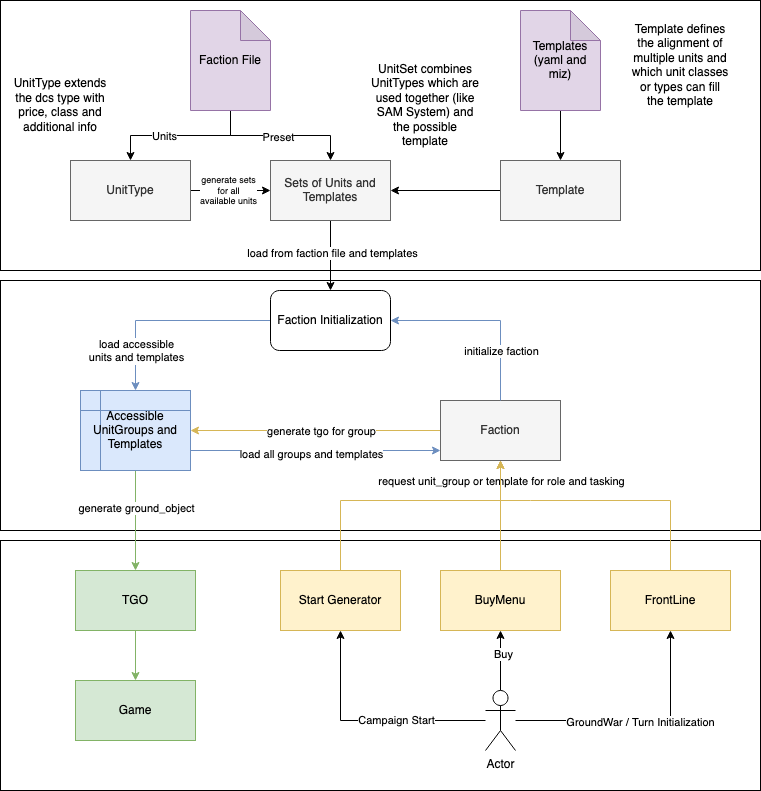
This is doc/templates/template_overview.png from dcs-liberation/dcs_liberation, a draw.io export, as it was before one commit. Source tidied: cells renumbered, new cells last; positions are measured from the earlier drawing's top-left corner, leaving out a move shared by most shapes.
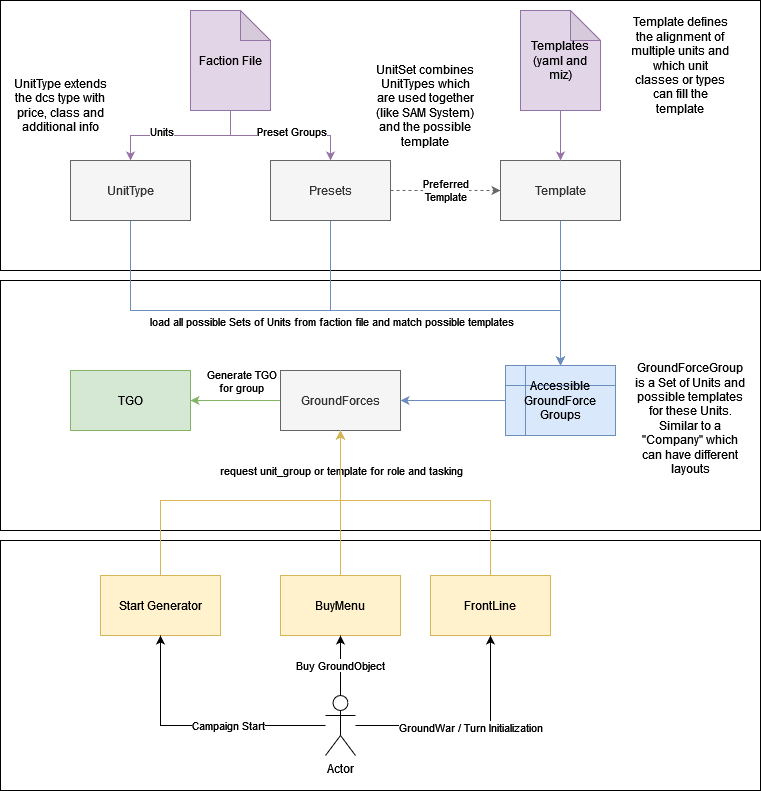
The same file after the commit.

Change to the diagram source:
```diff
@@ -11,176 +11,149 @@
     <mxCell id="4" style="rounded=0;whiteSpace=wrap;html=1;" parent="1" vertex="1">
       <mxGeometry y="280" width="760" height="250" as="geometry" />
     </mxCell>
-    <mxCell id="5" style="edgeStyle=orthogonalEdgeStyle;rounded=0;jettySize=auto;html=1;" parent="1" edge="1" source="7" target="10">
-      <mxGeometry relative="1" as="geometry" />
+    <mxCell id="5" style="edgeStyle=orthogonalEdgeStyle;rounded=0;jettySize=auto;html=1;entryX=0.5;entryY=0;entryDx=0;entryDy=0;fillColor=#dae8fc;strokeColor=#6c8ebf;" parent="1" edge="1" source="6" target="35">
+      <mxGeometry relative="1" as="geometry">
+        <Array as="points">
+          <mxPoint x="130" y="310" />
+          <mxPoint x="560" y="310" />
+        </Array>
+      </mxGeometry>
     </mxCell>
-    <mxCell id="6" value="generate sets&lt;br style=&quot;font-size: 9px&quot;&gt;for all &lt;br&gt;available units" style="edgeLabel;html=1;align=center;verticalAlign=middle;points=[];fontSize=9;" parent="5" vertex="1">
-      <mxGeometry x="-0.1" y="2" relative="1" as="geometry">
-        <mxPoint x="1" y="2" as="offset" />
-      </mxGeometry>
+    <mxCell id="6" value="UnitType" style="rounded=0;whiteSpace=wrap;html=1;fillColor=#f5f5f5;fontColor=#333333;strokeColor=#666666;" parent="1" vertex="1">
+      <mxGeometry x="70" y="160" width="120" height="60" as="geometry" />
     </mxCell>
-    <mxCell id="7" value="UnitType" style="rounded=0;whiteSpace=wrap;html=1;fillColor=#f5f5f5;fontColor=#333333;strokeColor=#666666;" parent="1" vertex="1">
-      <mxGeometry x="70" y="160" width="120" height="60" as="geometry" />
+    <mxCell id="7" style="edgeStyle=orthogonalEdgeStyle;rounded=0;jettySize=auto;html=1;entryX=0.5;entryY=0;entryDx=0;entryDy=0;fillColor=#dae8fc;strokeColor=#6c8ebf;" parent="1" edge="1" source="10" target="35">
+      <mxGeometry relative="1" as="geometry">
+        <Array as="points">
+          <mxPoint x="330" y="310" />
+          <mxPoint x="560" y="310" />
+        </Array>
+      </mxGeometry>
     </mxCell>
-    <mxCell id="8" style="edgeStyle=orthogonalEdgeStyle;rounded=0;jettySize=auto;html=1;entryX=0.5;entryY=0;entryDx=0;entryDy=0;" parent="1" edge="1" source="10" target="23">
-      <mxGeometry relative="1" as="geometry" />
+    <mxCell id="8" value="load all possible Sets of Units from faction file and match possible templates" style="edgeLabel;html=1;align=center;verticalAlign=middle;" parent="7" vertex="1">
+      <mxGeometry x="-0.09" y="1" relative="1" as="geometry">
+        <mxPoint x="-81" y="11" as="offset" />
+      </mxGeometry>
     </mxCell>
-    <mxCell id="9" value="load from faction file and templates" style="edgeLabel;html=1;align=center;verticalAlign=middle;" parent="8" vertex="1">
-      <mxGeometry x="-0.09" y="1" relative="1" as="geometry" />
+    <mxCell id="9" value="Preferred&lt;br&gt;Template" style="edgeStyle=orthogonalEdgeStyle;rounded=0;jettySize=auto;html=1;dashed=1;fillColor=#f5f5f5;strokeColor=#666666;" parent="1" edge="1" source="10" target="20">
+      <mxGeometry relative="1" as="geometry" />
     </mxCell>
-    <mxCell id="10" value="Sets of Units and Templates" style="rounded=0;whiteSpace=wrap;html=1;fillColor=#f5f5f5;fontColor=#333333;strokeColor=#666666;" parent="1" vertex="1">
+    <mxCell id="10" value="Presets" style="rounded=0;whiteSpace=wrap;html=1;fillColor=#f5f5f5;fontColor=#333333;strokeColor=#666666;" parent="1" vertex="1">
       <mxGeometry x="270" y="160" width="120" height="60" as="geometry" />
     </mxCell>
-    <mxCell id="11" style="edgeStyle=orthogonalEdgeStyle;rounded=0;jettySize=auto;html=1;" parent="1" edge="1" source="15" target="7">
+    <mxCell id="11" style="edgeStyle=orthogonalEdgeStyle;rounded=0;jettySize=auto;html=1;fillColor=#e1d5e7;strokeColor=#9673a6;" parent="1" edge="1" source="15" target="6">
       <mxGeometry relative="1" as="geometry" />
     </mxCell>
     <mxCell id="12" value="Units" style="edgeLabel;html=1;align=center;verticalAlign=middle;" parent="11" vertex="1">
-      <mxGeometry x="0.23" relative="1" as="geometry" />
+      <mxGeometry x="0.23" relative="1" as="geometry">
+        <mxPoint x="-3" y="-5" as="offset" />
+      </mxGeometry>
     </mxCell>
-    <mxCell id="13" style="edgeStyle=orthogonalEdgeStyle;rounded=0;jettySize=auto;html=1;" parent="1" edge="1" source="15" target="10">
+    <mxCell id="13" style="edgeStyle=orthogonalEdgeStyle;rounded=0;jettySize=auto;html=1;fillColor=#e1d5e7;strokeColor=#9673a6;" parent="1" edge="1" source="15" target="10">
       <mxGeometry relative="1" as="geometry" />
     </mxCell>
-    <mxCell id="14" value="Preset" style="edgeLabel;html=1;align=center;verticalAlign=middle;" parent="13" vertex="1">
-      <mxGeometry x="-0.04" y="-1" relative="1" as="geometry" />
+    <mxCell id="14" value="Preset Groups" style="edgeLabel;html=1;align=center;verticalAlign=middle;" parent="13" vertex="1">
+      <mxGeometry x="-0.04" y="-1" relative="1" as="geometry">
+        <mxPoint x="13" y="-6" as="offset" />
+      </mxGeometry>
     </mxCell>
     <mxCell id="15" value="Faction File" style="shape=note;whiteSpace=wrap;html=1;backgroundOutline=1;darkOpacity=0.05;fillColor=#e1d5e7;strokeColor=#9673a6;" parent="1" vertex="1">
       <mxGeometry x="190" y="10" width="80" height="100" as="geometry" />
     </mxCell>
-    <mxCell id="16" style="edgeStyle=orthogonalEdgeStyle;rounded=0;jettySize=auto;html=1;fillColor=#fff2cc;strokeColor=#d6b656;" parent="1" edge="1" source="18" target="44">
+    <mxCell id="16" style="edgeStyle=orthogonalEdgeStyle;rounded=0;jettySize=auto;html=1;fillColor=#d5e8d4;strokeColor=#82b366;" parent="1" edge="1" source="18" target="28">
       <mxGeometry relative="1" as="geometry" />
     </mxCell>
-    <mxCell id="17" value="generate tgo for group" style="edgeLabel;html=1;align=center;verticalAlign=middle;" parent="16" vertex="1">
+    <mxCell id="17" value="Generate TGO&lt;br&gt;for group" style="edgeLabel;html=1;align=center;verticalAlign=middle;" parent="16" vertex="1">
       <mxGeometry x="-0.08" y="2" relative="1" as="geometry">
-        <mxPoint x="-5" y="-2" as="offset" />
+        <mxPoint x="1" y="-22" as="offset" />
       </mxGeometry>
     </mxCell>
-    <mxCell id="18" value="Faction" style="rounded=0;whiteSpace=wrap;html=1;fillColor=#f5f5f5;fontColor=#333333;strokeColor=#666666;" parent="1" vertex="1">
-      <mxGeometry x="440" y="400" width="120" height="60" as="geometry" />
+    <mxCell id="18" value="GroundForces" style="rounded=0;whiteSpace=wrap;html=1;fillColor=#f5f5f5;fontColor=#333333;strokeColor=#666666;" parent="1" vertex="1">
+      <mxGeometry x="280" y="370" width="120" height="60" as="geometry" />
     </mxCell>
-    <mxCell id="19" style="edgeStyle=orthogonalEdgeStyle;rounded=0;jettySize=auto;html=1;fillColor=#dae8fc;strokeColor=#6c8ebf;exitX=0.5;exitY=0;exitDx=0;exitDy=0;entryX=1;entryY=0.5;entryDx=0;entryDy=0;" parent="1" edge="1" source="18" target="23">
+    <mxCell id="19" style="edgeStyle=orthogonalEdgeStyle;rounded=0;jettySize=auto;html=1;fillColor=#dae8fc;strokeColor=#6c8ebf;" parent="1" edge="1" source="20" target="35">
       <mxGeometry relative="1" as="geometry" />
     </mxCell>
-    <mxCell id="20" value="initialize faction" style="edgeLabel;html=1;align=center;verticalAlign=middle;points=[];" parent="19" vertex="1">
-      <mxGeometry x="-0.18" y="3" relative="1" as="geometry">
-        <mxPoint x="3" y="28" as="offset" />
-      </mxGeometry>
+    <mxCell id="20" value="Template" style="rounded=0;whiteSpace=wrap;html=1;fillColor=#f5f5f5;fontColor=#333333;strokeColor=#666666;" parent="1" vertex="1">
+      <mxGeometry x="500" y="160" width="120" height="60" as="geometry" />
     </mxCell>
-    <mxCell id="21" style="edgeStyle=orthogonalEdgeStyle;rounded=0;jettySize=auto;html=1;entryX=0.5;entryY=0;entryDx=0;entryDy=0;fillColor=#dae8fc;strokeColor=#6c8ebf;" parent="1" edge="1" source="23" target="44">
-      <mxGeometry relative="1" as="geometry" />
+    <mxCell id="21" style="edgeStyle=orthogonalEdgeStyle;rounded=0;jettySize=auto;html=1;fillColor=#fff2cc;strokeColor=#d6b656;entryX=0.5;entryY=1;entryDx=0;entryDy=0;" parent="1" edge="1" source="22" target="18">
+      <mxGeometry relative="1" as="geometry">
+        <Array as="points">
+          <mxPoint x="160" y="500" />
+          <mxPoint x="340" y="500" />
+        </Array>
+      </mxGeometry>
     </mxCell>
-    <mxCell id="22" value="load accessible &lt;br&gt;units and templates" style="edgeLabel;html=1;align=center;verticalAlign=middle;points=[];" parent="21" vertex="1">
-      <mxGeometry x="-0.45" y="1" relative="1" as="geometry">
-        <mxPoint x="-79" y="29" as="offset" />
-      </mxGeometry>
+    <mxCell id="22" value="Start Generator" style="rounded=0;whiteSpace=wrap;html=1;fillColor=#fff2cc;strokeColor=#d6b656;" parent="1" vertex="1">
+      <mxGeometry x="100" y="575" width="120" height="60" as="geometry" />
     </mxCell>
-    <mxCell id="23" value="Faction Initialization" style="rounded=1;whiteSpace=wrap;html=1;" parent="1" vertex="1">
-      <mxGeometry x="270" y="290" width="120" height="60" as="geometry" />
+    <mxCell id="23" style="edgeStyle=orthogonalEdgeStyle;rounded=0;jettySize=auto;html=1;fillColor=#e1d5e7;strokeColor=#9673a6;" parent="1" edge="1" source="24" target="20">
+      <mxGeometry relative="1" as="geometry" />
     </mxCell>
-    <mxCell id="24" style="edgeStyle=orthogonalEdgeStyle;rounded=0;jettySize=auto;html=1;" parent="1" edge="1" source="25" target="10">
-      <mxGeometry relative="1" as="geometry" />
+    <mxCell id="24" value="Templates&lt;br&gt;(yaml and miz)" style="shape=note;whiteSpace=wrap;html=1;backgroundOutline=1;darkOpacity=0.05;fillColor=#e1d5e7;strokeColor=#9673a6;" parent="1" vertex="1">
+      <mxGeometry x="520" y="10" width="80" height="100" as="geometry" />
     </mxCell>
-    <mxCell id="25" value="Template" style="rounded=0;whiteSpace=wrap;html=1;fillColor=#f5f5f5;fontColor=#333333;strokeColor=#666666;" parent="1" vertex="1">
-      <mxGeometry x="500" y="160" width="120" height="60" as="geometry" />
+    <mxCell id="25" value="Template defines the alignment of multiple units and which unit classes or types can fill the template" style="text;html=1;strokeColor=none;fillColor=none;align=center;verticalAlign=middle;whiteSpace=wrap;rounded=0;" parent="1" vertex="1">
+      <mxGeometry x="630" y="40" width="100" height="50" as="geometry" />
     </mxCell>
-    <mxCell id="26" style="edgeStyle=orthogonalEdgeStyle;rounded=0;jettySize=auto;html=1;entryX=0.5;entryY=1;entryDx=0;entryDy=0;fillColor=#fff2cc;strokeColor=#d6b656;" parent="1" edge="1" source="27" target="18">
-      <mxGeometry relative="1" as="geometry">
-        <Array as="points">
-          <mxPoint x="340" y="500" />
-          <mxPoint x="500" y="500" />
-        </Array>
-      </mxGeometry>
+    <mxCell id="26" value="UnitType extends the dcs type with price, class and additional info" style="text;html=1;strokeColor=none;fillColor=none;align=center;verticalAlign=middle;whiteSpace=wrap;rounded=0;" parent="1" vertex="1">
+      <mxGeometry x="10" y="80" width="100" height="50" as="geometry" />
     </mxCell>
-    <mxCell id="27" value="Start Generator" style="rounded=0;whiteSpace=wrap;html=1;fillColor=#fff2cc;strokeColor=#d6b656;" parent="1" vertex="1">
-      <mxGeometry x="280" y="570" width="120" height="60" as="geometry" />
+    <mxCell id="27" value="UnitSet combines UnitTypes which are used together (like SAM System) and the possible template" style="text;html=1;strokeColor=none;fillColor=none;align=center;verticalAlign=middle;whiteSpace=wrap;rounded=0;" parent="1" vertex="1">
+      <mxGeometry x="370" y="80" width="110" height="50" as="geometry" />
     </mxCell>
-    <mxCell id="28" style="edgeStyle=orthogonalEdgeStyle;rounded=0;jettySize=auto;html=1;" parent="1" edge="1" source="29" target="25">
-      <mxGeometry relative="1" as="geometry" />
+    <mxCell id="28" value="TGO" style="rounded=0;whiteSpace=wrap;html=1;fillColor=#d5e8d4;strokeColor=#82b366;" parent="1" vertex="1">
+      <mxGeometry x="70" y="370" width="120" height="60" as="geometry" />
     </mxCell>
-    <mxCell id="29" value="Templates&lt;br&gt;(yaml and miz)" style="shape=note;whiteSpace=wrap;html=1;backgroundOutline=1;darkOpacity=0.05;fillColor=#e1d5e7;strokeColor=#9673a6;" parent="1" vertex="1">
-      <mxGeometry x="520" y="10" width="80" height="100" as="geometry" />
+    <mxCell id="29" style="edgeStyle=orthogonalEdgeStyle;rounded=0;jettySize=auto;html=1;fillColor=#fff2cc;strokeColor=#d6b656;entryX=0.5;entryY=1;entryDx=0;entryDy=0;exitX=0.5;exitY=0;exitDx=0;exitDy=0;" parent="1" edge="1" source="31" target="18">
+      <mxGeometry relative="1" as="geometry" />
     </mxCell>
-    <mxCell id="30" value="Template defines the alignment of multiple units and which unit classes or types can fill the template" style="text;html=1;strokeColor=none;fillColor=none;align=center;verticalAlign=middle;whiteSpace=wrap;rounded=0;" parent="1" vertex="1">
-      <mxGeometry x="630" y="40" width="100" height="50" as="geometry" />
+    <mxCell id="30" value="request unit_group or template for role and tasking" style="edgeLabel;html=1;align=center;verticalAlign=middle;" parent="29" vertex="1">
+      <mxGeometry x="-0.11" y="-1" relative="1" as="geometry">
+        <mxPoint x="-1" y="-41" as="offset" />
+      </mxGeometry>
     </mxCell>
-    <mxCell id="31" value="UnitType extends the dcs type with price, class and additional info" style="text;html=1;strokeColor=none;fillColor=none;align=center;verticalAlign=middle;whiteSpace=wrap;rounded=0;" parent="1" vertex="1">
-      <mxGeometry x="10" y="80" width="100" height="50" as="geometry" />
+    <mxCell id="31" value="BuyMenu" style="rounded=0;whiteSpace=wrap;html=1;fillColor=#fff2cc;strokeColor=#d6b656;" parent="1" vertex="1">
+      <mxGeometry x="280" y="575" width="120" height="60" as="geometry" />
     </mxCell>
-    <mxCell id="32" value="UnitSet combines UnitTypes which are used together (like SAM System) and the possible template" style="text;html=1;strokeColor=none;fillColor=none;align=center;verticalAlign=middle;whiteSpace=wrap;rounded=0;" parent="1" vertex="1">
-      <mxGeometry x="370" y="80" width="110" height="50" as="geometry" />
+    <mxCell id="32" style="edgeStyle=orthogonalEdgeStyle;rounded=0;jettySize=auto;html=1;fillColor=#fff2cc;strokeColor=#d6b656;entryX=0.5;entryY=1;entryDx=0;entryDy=0;" parent="1" edge="1" source="33" target="18">
+      <mxGeometry relative="1" as="geometry">
+        <Array as="points">
+          <mxPoint x="490" y="500" />
+          <mxPoint x="340" y="500" />
+        </Array>
+      </mxGeometry>
     </mxCell>
-    <mxCell id="33" style="edgeStyle=orthogonalEdgeStyle;rounded=0;jettySize=auto;html=1;fillColor=#d5e8d4;strokeColor=#82b366;" parent="1" edge="1" source="34" target="52">
-      <mxGeometry relative="1" as="geometry" />
+    <mxCell id="33" value="FrontLine" style="rounded=0;whiteSpace=wrap;html=1;fillColor=#fff2cc;strokeColor=#d6b656;" parent="1" vertex="1">
+      <mxGeometry x="430" y="575" width="120" height="60" as="geometry" />
     </mxCell>
-    <mxCell id="34" value="TGO" style="rounded=0;whiteSpace=wrap;html=1;fillColor=#d5e8d4;strokeColor=#82b366;" parent="1" vertex="1">
-      <mxGeometry x="75" y="570" width="120" height="60" as="geometry" />
+    <mxCell id="34" style="edgeStyle=orthogonalEdgeStyle;rounded=0;jettySize=auto;html=1;fillColor=#dae8fc;strokeColor=#6c8ebf;" parent="1" edge="1" source="35" target="18">
+      <mxGeometry relative="1" as="geometry" />
     </mxCell>
-    <mxCell id="35" style="edgeStyle=orthogonalEdgeStyle;rounded=0;jettySize=auto;html=1;fillColor=#fff2cc;strokeColor=#d6b656;" parent="1" edge="1" source="37" target="18">
-      <mxGeometry relative="1" as="geometry" />
+    <mxCell id="35" value="Accessible GroundForce&lt;br&gt;Groups" style="shape=internalStorage;whiteSpace=wrap;html=1;backgroundOutline=1;fillColor=#dae8fc;strokeColor=#6c8ebf;" parent="1" vertex="1">
+      <mxGeometry x="505" y="365" width="110" height="70" as="geometry" />
     </mxCell>
-    <mxCell id="36" value="request unit_group or template for role and tasking" style="edgeLabel;html=1;align=center;verticalAlign=middle;" parent="35" vertex="1">
-      <mxGeometry x="-0.11" y="-1" relative="1" as="geometry">
-        <mxPoint x="-1" y="-41" as="offset" />
-      </mxGeometry>
+    <mxCell id="36" style="edgeStyle=orthogonalEdgeStyle;rounded=0;jettySize=auto;html=1;" parent="1" edge="1" source="41" target="22">
+      <mxGeometry relative="1" as="geometry" />
     </mxCell>
-    <mxCell id="37" value="BuyMenu" style="rounded=0;whiteSpace=wrap;html=1;fillColor=#fff2cc;strokeColor=#d6b656;" parent="1" vertex="1">
-      <mxGeometry x="440" y="570" width="120" height="60" as="geometry" />
+    <mxCell id="37" value="Campaign Start" style="edgeLabel;html=1;align=center;verticalAlign=middle;points=[];" parent="36" vertex="1">
+      <mxGeometry x="-0.23" y="-1" relative="1" as="geometry" />
     </mxCell>
-    <mxCell id="38" style="edgeStyle=orthogonalEdgeStyle;rounded=0;jettySize=auto;html=1;entryX=0.5;entryY=1;entryDx=0;entryDy=0;fillColor=#fff2cc;strokeColor=#d6b656;" parent="1" edge="1" source="39" target="18">
-      <mxGeometry relative="1" as="geometry">
-        <Array as="points">
-          <mxPoint x="530" y="500" />
-          <mxPoint x="330" y="500" />
-        </Array>
-      </mxGeometry>
+    <mxCell id="38" style="edgeStyle=orthogonalEdgeStyle;rounded=0;jettySize=auto;html=1;entryX=0.5;entryY=1;entryDx=0;entryDy=0;" parent="1" edge="1" source="41" target="33">
+      <mxGeometry relative="1" as="geometry" />
     </mxCell>
-    <mxCell id="39" value="FrontLine" style="rounded=0;whiteSpace=wrap;html=1;fillColor=#fff2cc;strokeColor=#d6b656;" parent="1" vertex="1">
-      <mxGeometry x="610" y="570" width="120" height="60" as="geometry" />
+    <mxCell id="39" value="GroundWar / Turn Initialization" style="edgeLabel;html=1;align=center;verticalAlign=middle;points=[];" parent="38" vertex="1">
+      <mxGeometry x="0.01" y="-1" relative="1" as="geometry" />
     </mxCell>
-    <mxCell id="40" style="edgeStyle=orthogonalEdgeStyle;rounded=0;jettySize=auto;html=1;fillColor=#dae8fc;strokeColor=#6c8ebf;" parent="1" edge="1" source="44">
-      <mxGeometry relative="1" as="geometry">
-        <mxPoint x="440" y="450" as="targetPoint" />
-        <Array as="points">
-          <mxPoint x="440" y="450" />
-        </Array>
-      </mxGeometry>
+    <mxCell id="40" value="Buy GroundObject" style="edgeStyle=orthogonalEdgeStyle;rounded=0;jettySize=auto;html=1;" parent="1" edge="1" source="41" target="31">
+      <mxGeometry relative="1" as="geometry" />
     </mxCell>
-    <mxCell id="41" value="load all groups and templates" style="edgeLabel;html=1;align=center;verticalAlign=middle;points=[];" parent="40" vertex="1">
-      <mxGeometry x="-0.28" y="-3" relative="1" as="geometry">
-        <mxPoint x="30" as="offset" />
-      </mxGeometry>
+    <mxCell id="41" value="Actor" style="shape=umlActor;verticalLabelPosition=bottom;verticalAlign=top;html=1;outlineConnect=0;" parent="1" vertex="1">
+      <mxGeometry x="325" y="695" width="30" height="60" as="geometry" />
     </mxCell>
-    <mxCell id="42" style="edgeStyle=orthogonalEdgeStyle;rounded=0;jettySize=auto;html=1;fillColor=#d5e8d4;strokeColor=#82b366;" parent="1" edge="1" source="44" target="34">
-      <mxGeometry relative="1" as="geometry" />
+    <mxCell id="42" value="GroundForceGroup is a Set of Units and possible templates for these Units. Similar to a &quot;Company&quot; which can have different layouts" style="text;html=1;strokeColor=none;fillColor=none;align=center;verticalAlign=middle;whiteSpace=wrap;rounded=0;" parent="1" vertex="1">
+      <mxGeometry x="630" y="360" width="120" height="115" as="geometry" />
     </mxCell>
-    <mxCell id="43" value="generate ground_object" style="edgeLabel;html=1;align=center;verticalAlign=middle;" parent="42" vertex="1">
-      <mxGeometry x="-0.25" relative="1" as="geometry" />
-    </mxCell>
-    <mxCell id="44" value="Accessible UnitGroups and Templates" style="shape=internalStorage;whiteSpace=wrap;html=1;backgroundOutline=1;fillColor=#dae8fc;strokeColor=#6c8ebf;" parent="1" vertex="1">
-      <mxGeometry x="80" y="390" width="110" height="80" as="geometry" />
-    </mxCell>
-    <mxCell id="45" style="edgeStyle=orthogonalEdgeStyle;rounded=0;jettySize=auto;html=1;" parent="1" edge="1" source="51" target="37">
-      <mxGeometry relative="1" as="geometry" />
-    </mxCell>
-    <mxCell id="46" value="Buy" style="edgeLabel;html=1;align=center;verticalAlign=middle;" parent="45" vertex="1">
-      <mxGeometry x="0.23" y="-2" relative="1" as="geometry" />
-    </mxCell>
-    <mxCell id="47" style="edgeStyle=orthogonalEdgeStyle;rounded=0;jettySize=auto;html=1;" parent="1" edge="1" source="51" target="27">
-      <mxGeometry relative="1" as="geometry" />
-    </mxCell>
-    <mxCell id="48" value="Campaign Start" style="edgeLabel;html=1;align=center;verticalAlign=middle;" parent="47" vertex="1">
-      <mxGeometry x="-0.23" y="-1" relative="1" as="geometry" />
-    </mxCell>
-    <mxCell id="49" style="edgeStyle=orthogonalEdgeStyle;rounded=0;jettySize=auto;html=1;entryX=0.5;entryY=1;entryDx=0;entryDy=0;" parent="1" edge="1" source="51" target="39">
-      <mxGeometry relative="1" as="geometry" />
-    </mxCell>
-    <mxCell id="50" value="GroundWar / Turn Initialization" style="edgeLabel;html=1;align=center;verticalAlign=middle;" parent="49" vertex="1">
-      <mxGeometry x="0.01" y="-1" relative="1" as="geometry" />
-    </mxCell>
-    <mxCell id="51" value="Actor" style="shape=umlActor;verticalLabelPosition=bottom;verticalAlign=top;html=1;outlineConnect=0;" parent="1" vertex="1">
-      <mxGeometry x="485" y="690" width="30" height="60" as="geometry" />
-    </mxCell>
-    <mxCell id="52" value="Game" style="rounded=0;whiteSpace=wrap;html=1;fillColor=#d5e8d4;strokeColor=#82b366;" parent="1" vertex="1">
-      <mxGeometry x="75" y="680" width="120" height="60" as="geometry" />
-    </mxCell>
   </root>
 </mxGraphModel>
```
